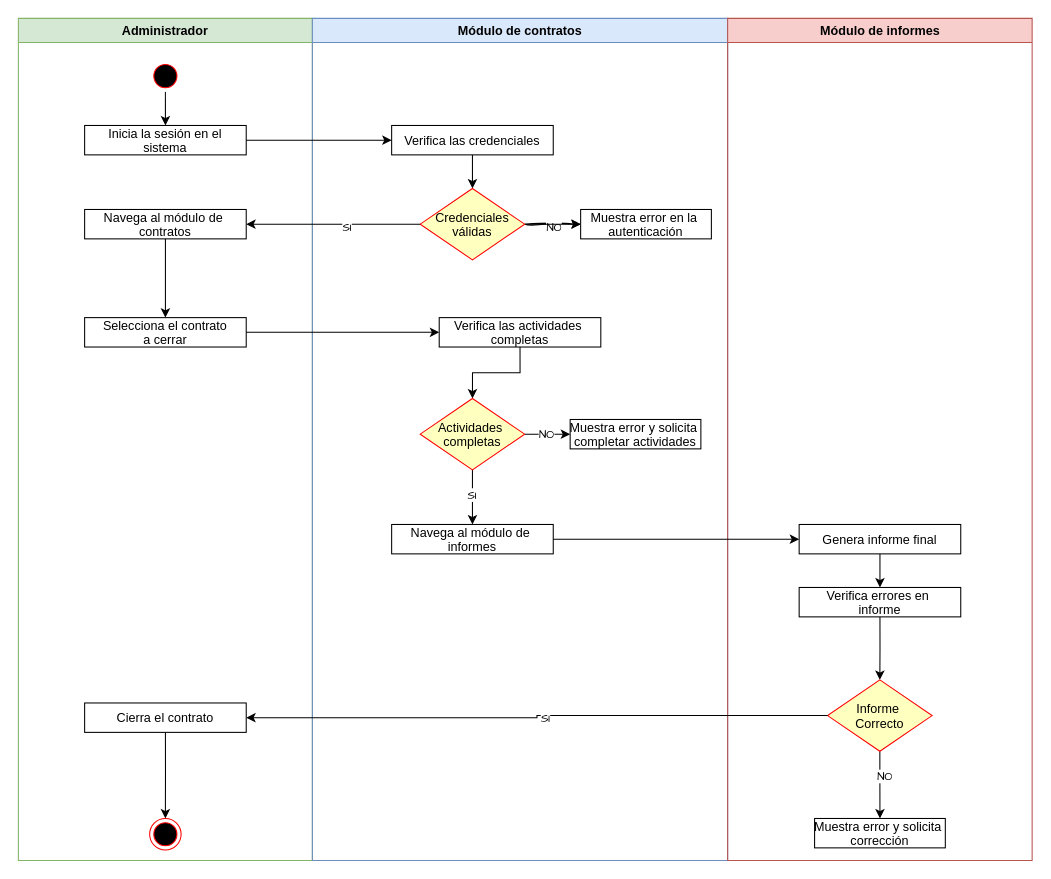
Earlier version of the draw.io diagram DOCUMENTOS/diagramas de actividades/Cerrar contratos.drawio (319920ch/CRIALED---APLICACIONES-INFORM-TICAS-II). Source tidied: cells renumbered, new cells numbered last; positions are measured from the earlier drawing's top-left corner, leaving out a move shared by most shapes. Both pictures are drawn from the tidied source at 105%, with x=0, y=0 at pixel (18, 18).
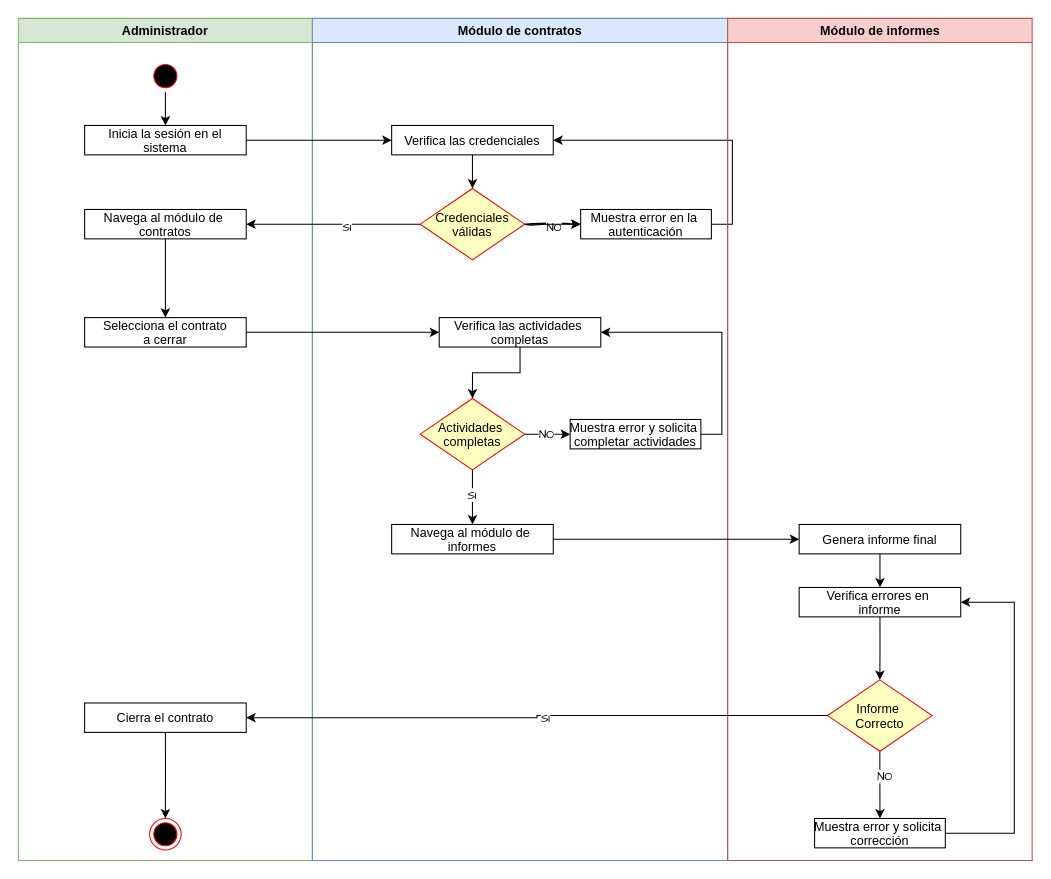
Above is the later version.

The change refers to these unchanged cells:
```xml
<mxCell id="12" value="Módulo de contratos" style="swimlane;whiteSpace=wrap;fillColor=#dae8fc;strokeColor=#6c8ebf;" parent="1" vertex="1">
  <mxGeometry x="280" width="395.5" height="802" as="geometry" />
</mxCell>
<mxCell id="14" value="Verifica las credenciales" parent="12" vertex="1">
  <mxGeometry x="75.5" y="102" width="153.9" height="28" as="geometry" />
</mxCell>
<mxCell id="19" value="Muestra error en la &#10;autenticación" parent="12" vertex="1">
  <mxGeometry x="255.5" y="182" width="124.5" height="28" as="geometry" />
</mxCell>
<mxCell id="21" value="Verifica las actividades &#10;completas" parent="12" vertex="1">
  <mxGeometry x="120.8" y="285" width="153.9" height="28" as="geometry" />
</mxCell>
<mxCell id="28" value="Muestra error y solicita &#10;completar actividades" parent="12" vertex="1">
  <mxGeometry x="245.5" y="382" width="124.5" height="28" as="geometry" />
</mxCell>
<mxCell id="29" value="Módulo de informes" style="swimlane;whiteSpace=wrap;startSize=23;fillColor=#f8cecc;strokeColor=#b85450;" parent="1" vertex="1">
  <mxGeometry x="675.5" width="290" height="802" as="geometry" />
</mxCell>
<mxCell id="33" value="Verifica errores en &#10;informe" parent="29" vertex="1">
  <mxGeometry x="68.1" y="542" width="153.9" height="28" as="geometry" />
</mxCell>
<mxCell id="37" value="Muestra error y solicita &#10;corrección" parent="29" vertex="1">
  <mxGeometry x="82.8" y="762" width="124.5" height="28" as="geometry" />
</mxCell>
```

Diff of the diagram source:
```diff
@@
+    <mxCell id="45" style="edgeStyle=orthogonalEdgeStyle;rounded=0;hachureGap=4;jettySize=auto;html=1;exitX=1;exitY=0.5;exitDx=0;exitDy=0;entryX=1;entryY=0.5;entryDx=0;entryDy=0;fontFamily=Architects Daughter;" parent="12" edge="1" source="19" target="14">
+      <mxGeometry relative="1" as="geometry" />
+    </mxCell>
@@
+    <mxCell id="46" style="edgeStyle=orthogonalEdgeStyle;rounded=0;hachureGap=4;jettySize=auto;html=1;exitX=1;exitY=0.5;exitDx=0;exitDy=0;entryX=1;entryY=0.5;entryDx=0;entryDy=0;fontFamily=Architects Daughter;" parent="12" edge="1" source="28" target="21">
+      <mxGeometry relative="1" as="geometry" />
+    </mxCell>
@@
+    <mxCell id="47" style="edgeStyle=orthogonalEdgeStyle;rounded=0;hachureGap=4;jettySize=auto;html=1;exitX=1;exitY=0.5;exitDx=0;exitDy=0;entryX=1;entryY=0.5;entryDx=0;entryDy=0;fontFamily=Architects Daughter;" parent="29" edge="1" source="37" target="33">
+      <mxGeometry relative="1" as="geometry">
+        <Array as="points">
+          <mxPoint x="273" y="776" />
+          <mxPoint x="273" y="556" />
+        </Array>
+      </mxGeometry>
+    </mxCell>
```
